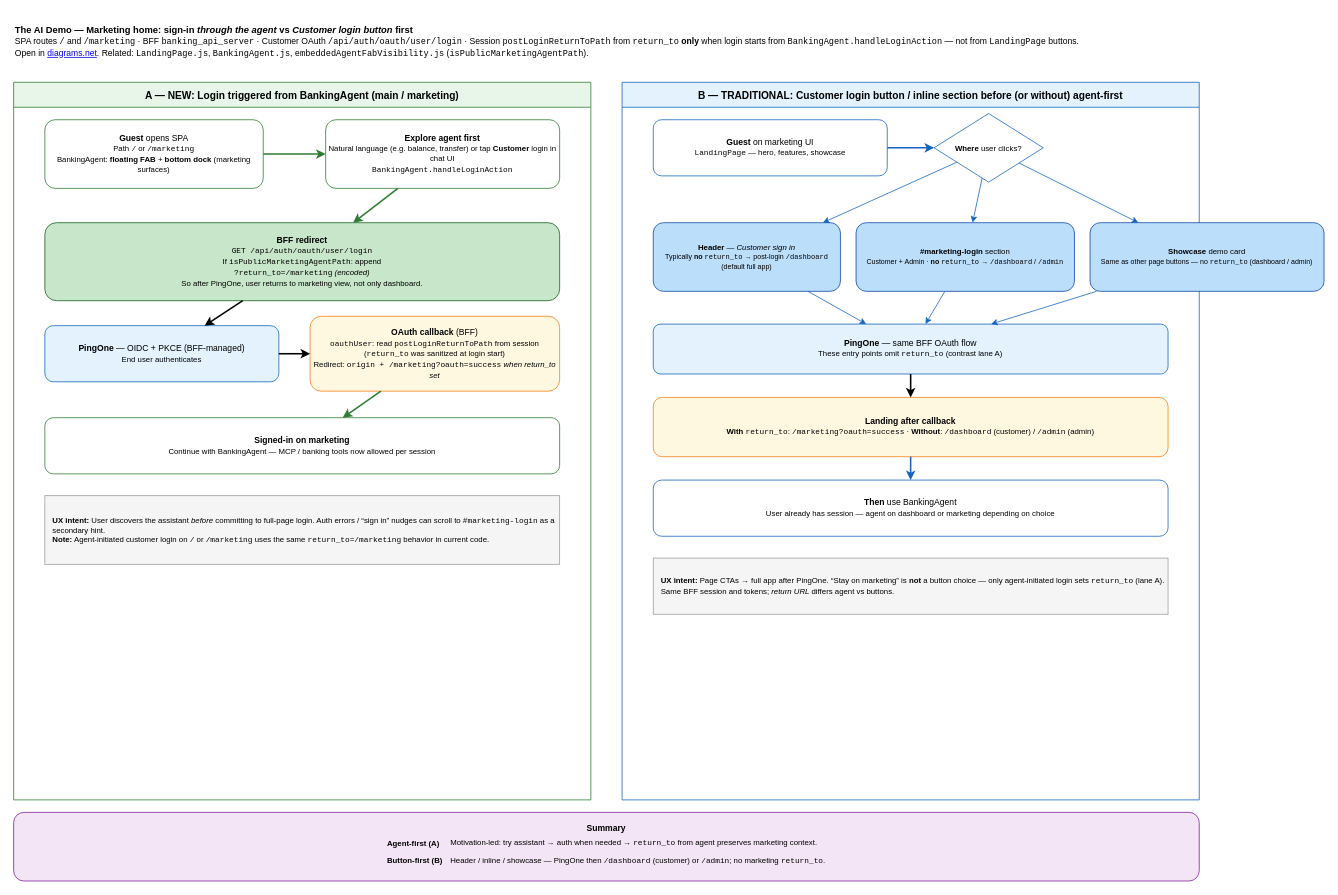
Above: docs/Marketing_Login_Agent_vs_Button.drawio in curtismu7/AI-DEMO2 (draw.io), before the change. Source tidied: cells renumbered, new cells numbered last; positions are measured from the earlier drawing's top-left corner, leaving out a move shared by most shapes. Both pictures are drawn from the tidied source at 78%, with x=0, y=0 at pixel (13, 13).
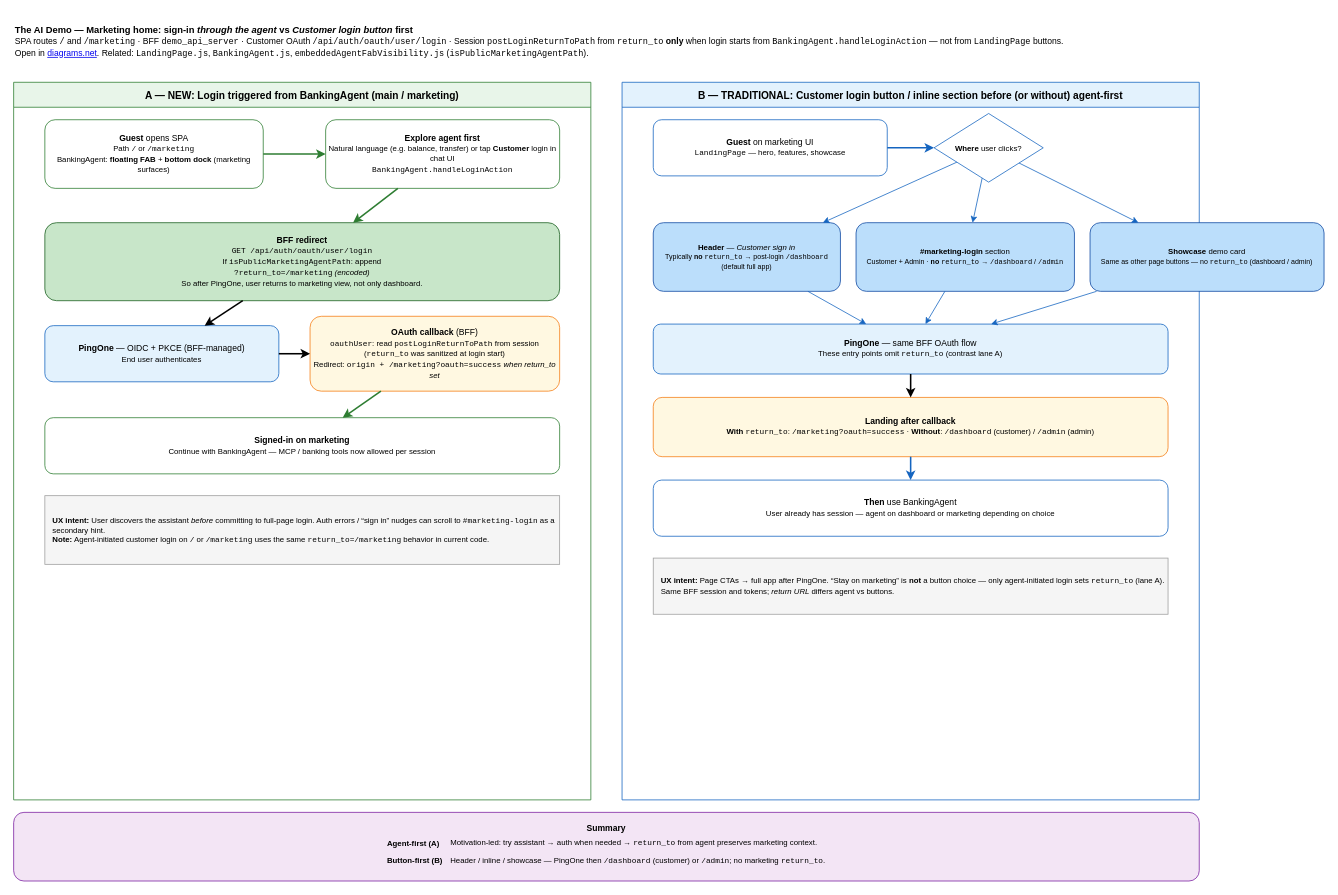
After the change.

What changed in the source:
```diff
@@
-    <mxCell id="2" value="&lt;b&gt;The AI Demo — Marketing home: sign-in &lt;i&gt;through the agent&lt;/i&gt; vs &lt;i&gt;Customer login button&lt;/i&gt; first&lt;/b&gt;&lt;br&gt;&lt;font style=&quot;font-size:11px&quot;&gt;SPA routes &lt;code&gt;/&lt;/code&gt; and &lt;code&gt;/marketing&lt;/code&gt; · BFF &lt;code&gt;banking_api_server&lt;/code&gt; · Customer OAuth &lt;code&gt;/api/auth/oauth/user/login&lt;/code&gt; · Session &lt;code&gt;postLoginReturnToPath&lt;/code&gt; from &lt;code&gt;return_to&lt;/code&gt; &lt;b&gt;only&lt;/b&gt; when login starts from &lt;code&gt;BankingAgent.handleLoginAction&lt;/code&gt; — not from &lt;code&gt;LandingPage&lt;/code&gt; buttons.&lt;br&gt;Open in &lt;a href=&quot;https://app.diagrams.net&quot;&gt;diagrams.net&lt;/a&gt;. Related: &lt;code&gt;LandingPage.js&lt;/code&gt;, &lt;code&gt;BankingAgent.js&lt;/code&gt;, &lt;code&gt;embeddedAgentFabVisibility.js&lt;/code&gt; (&lt;code&gt;isPublicMarketingAgentPath&lt;/code&gt;).&lt;/font&gt;" style="text;html=1;strokeColor=none;fillColor=none;align=left;verticalAlign=middle;whiteSpace=wrap;rounded=0;" parent="1" vertex="1">
+    <mxCell id="2" value="&lt;b&gt;The AI Demo — Marketing home: sign-in &lt;i&gt;through the agent&lt;/i&gt; vs &lt;i&gt;Customer login button&lt;/i&gt; first&lt;/b&gt;&lt;br&gt;&lt;font style=&quot;font-size:11px&quot;&gt;SPA routes &lt;code&gt;/&lt;/code&gt; and &lt;code&gt;/marketing&lt;/code&gt; · BFF &lt;code&gt;demo_api_server&lt;/code&gt; · Customer OAuth &lt;code&gt;/api/auth/oauth/user/login&lt;/code&gt; · Session &lt;code&gt;postLoginReturnToPath&lt;/code&gt; from &lt;code&gt;return_to&lt;/code&gt; &lt;b&gt;only&lt;/b&gt; when login starts from &lt;code&gt;BankingAgent.handleLoginAction&lt;/code&gt; — not from &lt;code&gt;LandingPage&lt;/code&gt; buttons.&lt;br&gt;Open in &lt;a href=&quot;https://app.diagrams.net&quot;&gt;diagrams.net&lt;/a&gt;. Related: &lt;code&gt;LandingPage.js&lt;/code&gt;, &lt;code&gt;BankingAgent.js&lt;/code&gt;, &lt;code&gt;embeddedAgentFabVisibility.js&lt;/code&gt; (&lt;code&gt;isPublicMarketingAgentPath&lt;/code&gt;).&lt;/font&gt;" style="text;html=1;strokeColor=none;fillColor=none;align=left;verticalAlign=middle;whiteSpace=wrap;rounded=0;" parent="1" vertex="1">
       <mxGeometry width="1520" height="72" as="geometry" />
     </mxCell>
```
